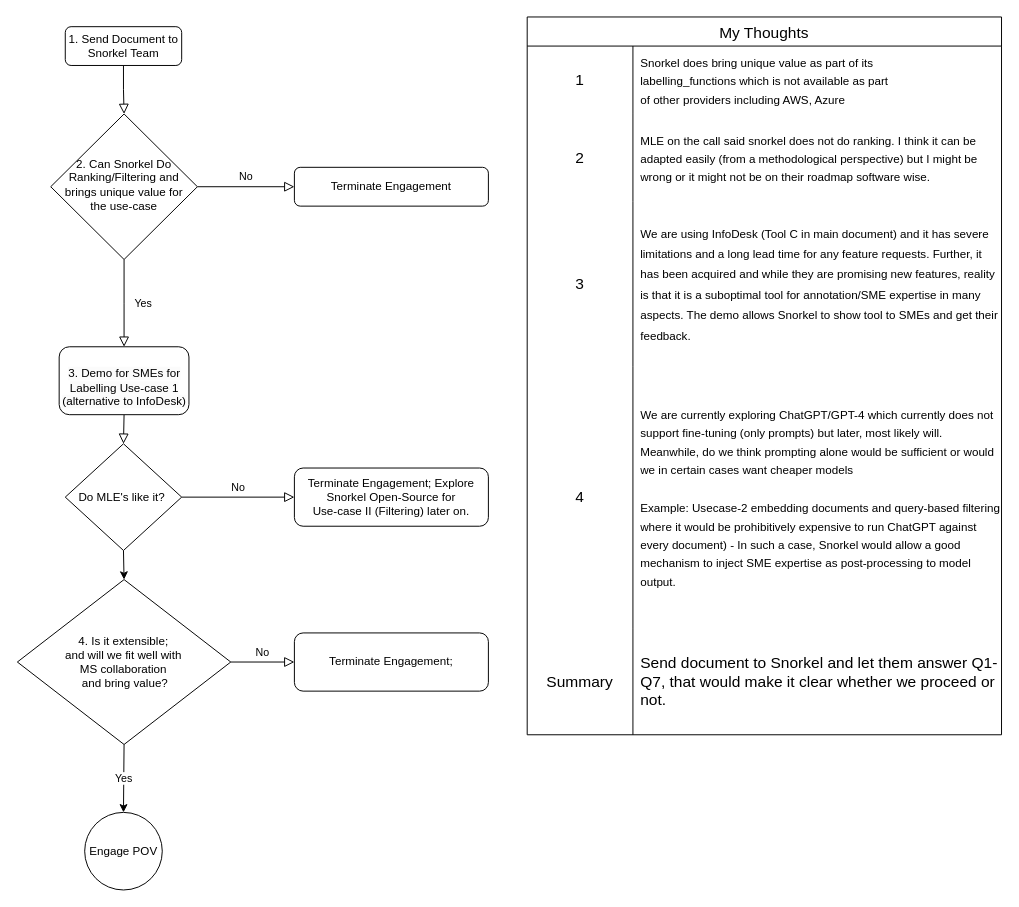
Earlier version of the draw.io diagram Untitled Diagram.drawio (vjethava/drawnn). Source tidied: cells renumbered, new cells numbered last; positions are measured from the earlier drawing's top-left corner, leaving out a move shared by most shapes. Both pictures are drawn from the tidied source at 97%, with x=0, y=0 at pixel (16, 16).
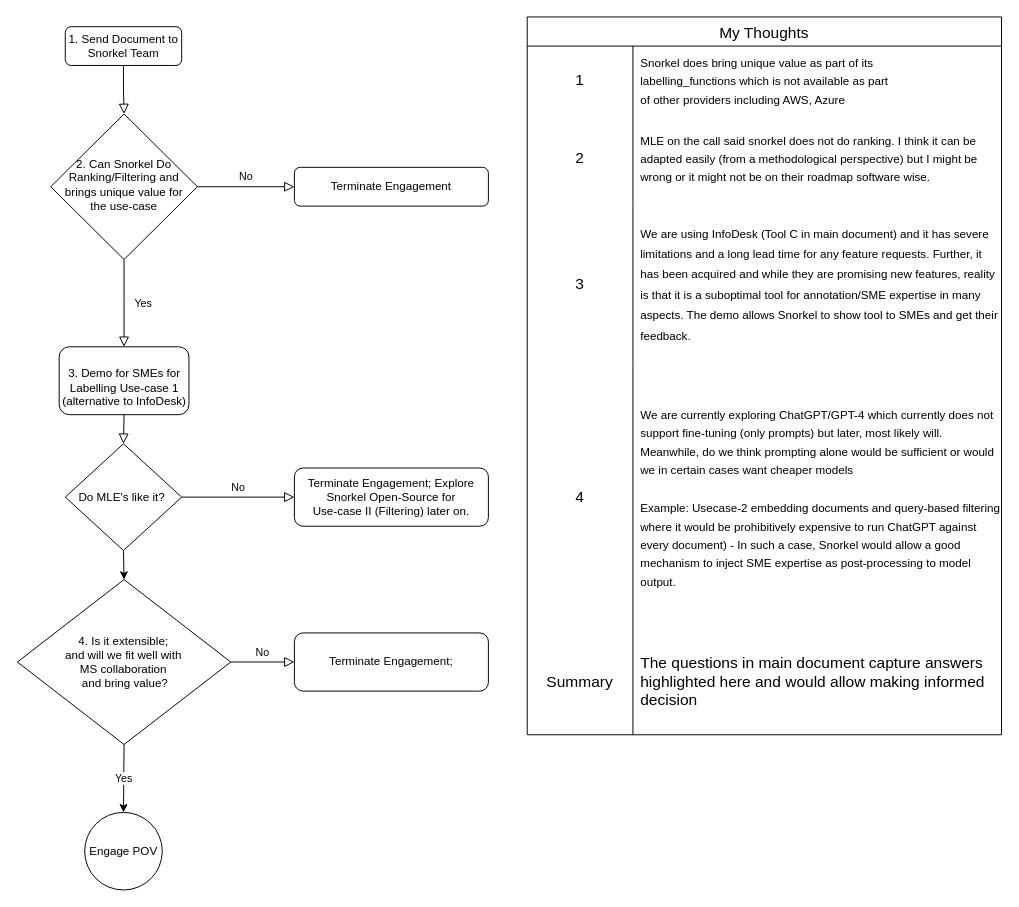
After the change.

Unchanged cells that the change refers to:
```xml
<mxCell id="23" style="shape=tableRow;horizontal=0;startSize=0;swimlaneHead=0;swimlaneBody=0;top=0;left=0;bottom=0;right=0;fillColor=none;strokeColor=inherit;fontSize=16;" parent="10" vertex="1">
  <mxGeometry y="630" width="489" height="110" as="geometry" />
</mxCell>
```

Diff of the diagram source:
```diff
@@
-    <mxCell id="25" value="Send document to Snorkel and let them answer Q1-Q7, that would make it clear whether we proceed or not." style="shape=partialRectangle;html=1;whiteSpace=wrap;fillColor=none;top=0;left=0;bottom=0;right=0;align=left;spacingLeft=6;overflow=hidden;strokeColor=inherit;fontSize=16;" parent="23" vertex="1">
+    <mxCell id="25" value="The questions in main document capture answers highlighted here and would allow making informed decision" style="shape=partialRectangle;html=1;whiteSpace=wrap;fillColor=none;top=0;left=0;bottom=0;right=0;align=left;spacingLeft=6;overflow=hidden;strokeColor=inherit;fontSize=16;" parent="23" vertex="1">
       <mxGeometry x="109" width="380" height="110" as="geometry" />
     </mxCell>
```
